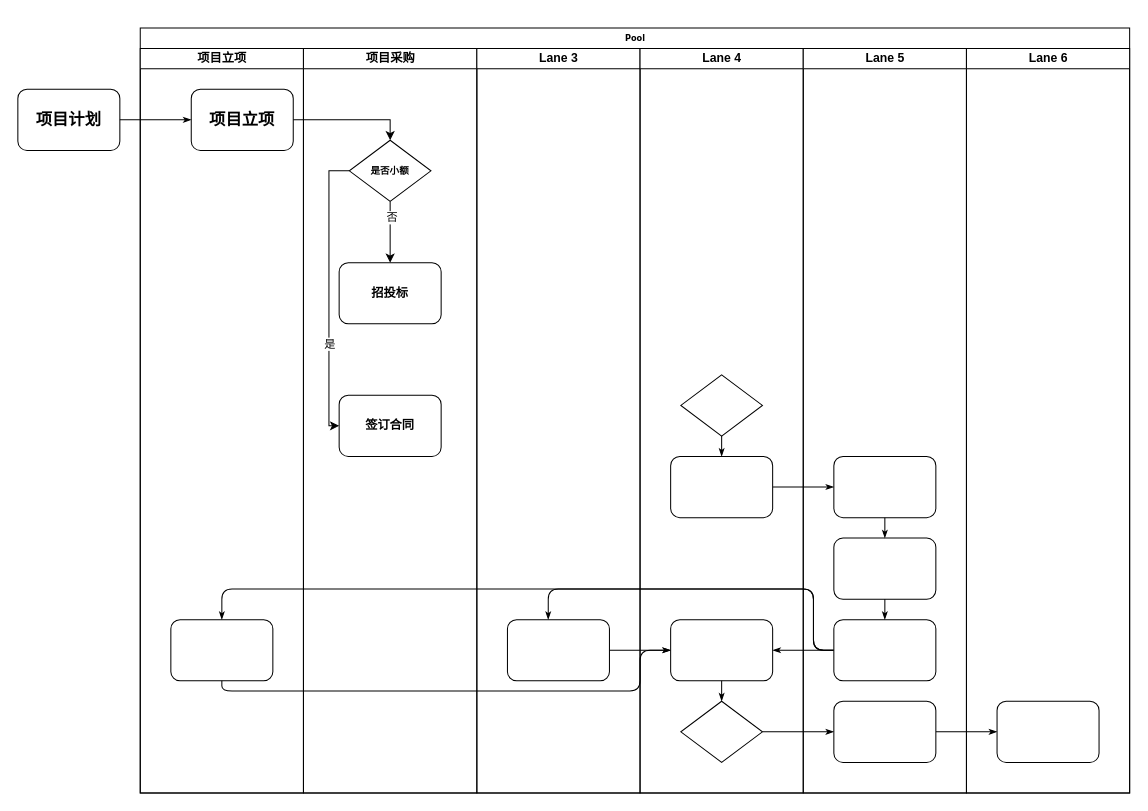
This is project-workflow.drawio from templklklk/draft, a draw.io file, before an edit. Source tidied: cells renumbered, new cells numbered last; positions are measured from the earlier drawing's top-left corner, leaving out a move shared by most shapes. Both pictures are drawn from the tidied source at 102%, with x=0, y=0 at pixel (17, 28).
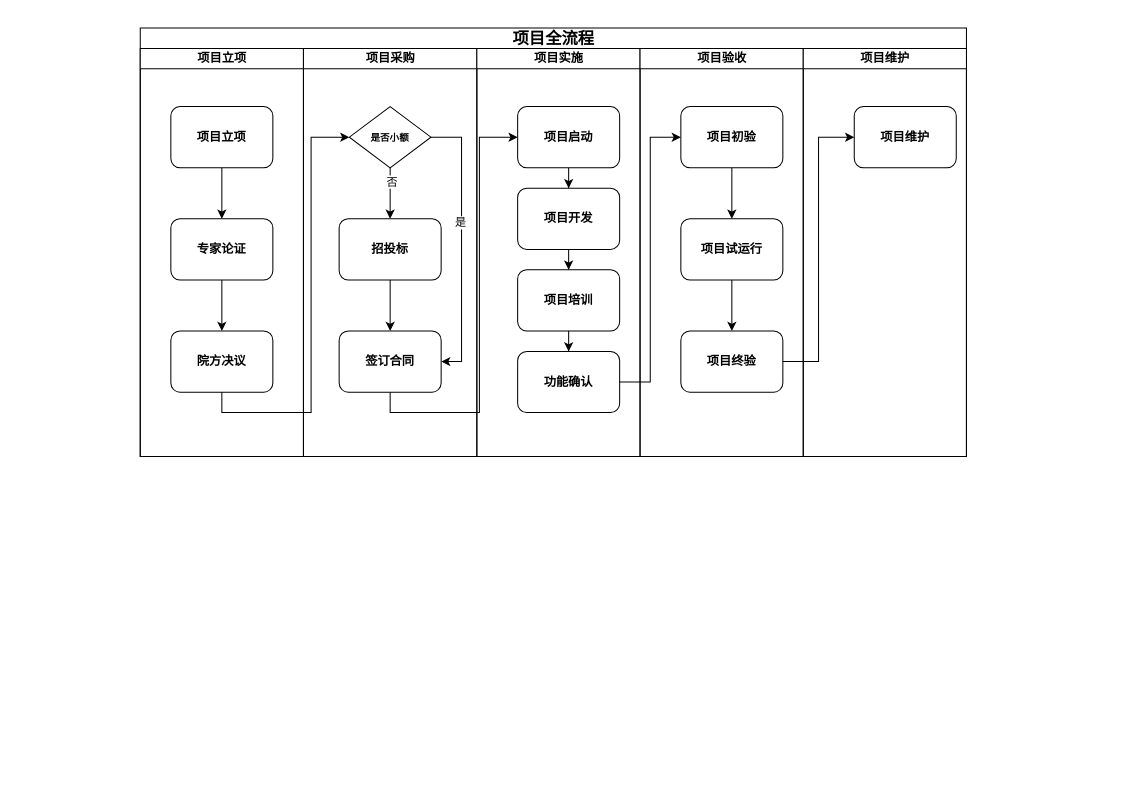
Above is the later version.

The edit, as a diff of the source:
```diff
@@
-    <mxCell id="2" value="Pool" style="swimlane;html=1;startSize=20;rounded=0;shadow=0;labelBackgroundColor=none;strokeWidth=1;fontFamily=Verdana;fontSize=8;align=center;" parent="1" vertex="1">
-      <mxGeometry x="120" width="970" height="750" as="geometry" />
+    <mxCell id="2" value="&lt;h1&gt;项目全流程&lt;/h1&gt;" style="swimlane;html=1;startSize=20;rounded=0;shadow=0;labelBackgroundColor=none;strokeWidth=1;fontFamily=Verdana;fontSize=8;align=center;" parent="1" vertex="1">
+      <mxGeometry x="120" width="810" height="420" as="geometry" />
     </mxCell>
     <mxCell id="3" value="项目立项" style="swimlane;html=1;startSize=20;" parent="2" vertex="1">
-      <mxGeometry y="20" width="160" height="730" as="geometry" />
+      <mxGeometry y="20" width="160" height="400" as="geometry" />
     </mxCell>
-    <mxCell id="4" style="rounded=1;whiteSpace=wrap;html=1;shadow=0;labelBackgroundColor=none;strokeWidth=1;fontFamily=Verdana;fontSize=8;align=center;" parent="3" vertex="1">
-      <mxGeometry x="30" y="560" width="100" height="60" as="geometry" />
-    </mxCell>
+    <mxCell id="43" style="edgeStyle=orthogonalEdgeStyle;rounded=0;jettySize=auto;html=1;" parent="3" edge="1" source="5" target="45">
+      <mxGeometry relative="1" as="geometry" />
+    </mxCell>
-    <mxCell id="5" value="&lt;h1&gt;项目立项&lt;/h1&gt;" style="rounded=1;whiteSpace=wrap;html=1;shadow=0;labelBackgroundColor=none;strokeWidth=1;fontFamily=Verdana;fontSize=8;align=center;" parent="3" vertex="1">
-      <mxGeometry x="50" y="40" width="100" height="60" as="geometry" />
+    <mxCell id="5" value="&lt;h2&gt;项目立项&lt;/h2&gt;" style="rounded=1;whiteSpace=wrap;html=1;shadow=0;labelBackgroundColor=none;strokeWidth=1;fontFamily=Verdana;fontSize=8;align=center;" parent="3" vertex="1">
+      <mxGeometry x="30" y="57" width="100" height="60" as="geometry" />
     </mxCell>
-    <mxCell id="6" style="edgeStyle=orthogonalEdgeStyle;rounded=1;html=1;labelBackgroundColor=none;startArrow=none;startFill=0;startSize=5;endArrow=classicThin;endFill=1;endSize=5;jettySize=auto;strokeWidth=1;fontFamily=Verdana;fontSize=8;" parent="2" edge="1" source="28" target="35">
-      <mxGeometry relative="1" as="geometry" />
-    </mxCell>
-    <mxCell id="7" style="edgeStyle=orthogonalEdgeStyle;rounded=1;html=1;labelBackgroundColor=none;startArrow=none;startFill=0;startSize=5;endArrow=classicThin;endFill=1;endSize=5;jettySize=auto;strokeWidth=1;fontFamily=Verdana;fontSize=8;" parent="2" edge="1" source="35" target="39">
-      <mxGeometry relative="1" as="geometry" />
-    </mxCell>
-    <mxCell id="8" style="edgeStyle=orthogonalEdgeStyle;rounded=1;html=1;labelBackgroundColor=none;startArrow=none;startFill=0;startSize=5;endArrow=classicThin;endFill=1;endSize=5;jettySize=auto;strokeWidth=1;fontFamily=Verdana;fontSize=8;" parent="2" edge="1" source="26" target="32">
-      <mxGeometry relative="1" as="geometry" />
-    </mxCell>
-    <mxCell id="9" style="edgeStyle=orthogonalEdgeStyle;rounded=1;html=1;labelBackgroundColor=none;startArrow=none;startFill=0;startSize=5;endArrow=classicThin;endFill=1;endSize=5;jettySize=auto;strokeWidth=1;fontFamily=Verdana;fontSize=8;" parent="2" edge="1" source="34" target="23">
-      <mxGeometry relative="1" as="geometry">
-        <Array as="points">
-          <mxPoint x="660" y="610" />
-          <mxPoint x="660" y="550" />
-          <mxPoint x="400" y="550" />
-        </Array>
-      </mxGeometry>
-    </mxCell>
-    <mxCell id="10" style="edgeStyle=orthogonalEdgeStyle;rounded=1;html=1;labelBackgroundColor=none;startArrow=none;startFill=0;startSize=5;endArrow=classicThin;endFill=1;endSize=5;jettySize=auto;strokeColor=#000000;strokeWidth=1;fontFamily=Verdana;fontSize=8;fontColor=#000000;" parent="2" edge="1" source="34" target="27">
-      <mxGeometry relative="1" as="geometry" />
-    </mxCell>
-    <mxCell id="11" style="edgeStyle=orthogonalEdgeStyle;rounded=1;html=1;labelBackgroundColor=none;startArrow=none;startFill=0;startSize=5;endArrow=classicThin;endFill=1;endSize=5;jettySize=auto;strokeWidth=1;fontFamily=Verdana;fontSize=8;" parent="2" edge="1" source="34" target="4">
-      <mxGeometry relative="1" as="geometry">
-        <Array as="points">
-          <mxPoint x="660" y="610" />
-          <mxPoint x="660" y="550" />
-          <mxPoint x="80" y="550" />
-        </Array>
-      </mxGeometry>
-    </mxCell>
-    <mxCell id="12" style="edgeStyle=orthogonalEdgeStyle;rounded=1;html=1;labelBackgroundColor=none;startArrow=none;startFill=0;startSize=5;endArrow=classicThin;endFill=1;endSize=5;jettySize=auto;strokeWidth=1;fontFamily=Verdana;fontSize=8;" parent="2" edge="1" source="4" target="27">
-      <mxGeometry relative="1" as="geometry">
-        <Array as="points">
-          <mxPoint x="80" y="650" />
-          <mxPoint x="490" y="650" />
-          <mxPoint x="490" y="610" />
-        </Array>
-      </mxGeometry>
-    </mxCell>
-    <mxCell id="13" style="edgeStyle=orthogonalEdgeStyle;rounded=1;html=1;labelBackgroundColor=none;startArrow=none;startFill=0;startSize=5;endArrow=classicThin;endFill=1;endSize=5;jettySize=auto;strokeWidth=1;fontFamily=Verdana;fontSize=8;" parent="2" edge="1" source="23" target="27">
-      <mxGeometry relative="1" as="geometry" />
-    </mxCell>
+    <mxCell id="44" style="edgeStyle=orthogonalEdgeStyle;rounded=0;jettySize=auto;html=1;" parent="3" edge="1" source="45" target="46">
+      <mxGeometry relative="1" as="geometry" />
+    </mxCell>
+    <mxCell id="45" value="&lt;h2&gt;专家论证&lt;/h2&gt;" style="rounded=1;whiteSpace=wrap;html=1;shadow=0;labelBackgroundColor=none;strokeWidth=1;fontFamily=Verdana;fontSize=8;align=center;" parent="3" vertex="1">
+      <mxGeometry x="30" y="167" width="100" height="60" as="geometry" />
+    </mxCell>
+    <mxCell id="46" value="&lt;h2&gt;院方决议&lt;/h2&gt;" style="rounded=1;whiteSpace=wrap;html=1;shadow=0;labelBackgroundColor=none;strokeWidth=1;fontFamily=Verdana;fontSize=8;align=center;" parent="3" vertex="1">
+      <mxGeometry x="30" y="277" width="100" height="60" as="geometry" />
+    </mxCell>
     <mxCell id="14" value="项目采购" style="swimlane;html=1;startSize=20;" parent="2" vertex="1">
-      <mxGeometry x="160" y="20" width="170" height="730" as="geometry" />
+      <mxGeometry x="160" y="20" width="170" height="400" as="geometry" />
     </mxCell>
@@
     <mxCell id="17" value="&lt;h3&gt;是否小额&lt;/h3&gt;" style="rhombus;whiteSpace=wrap;html=1;rounded=0;shadow=0;labelBackgroundColor=none;strokeWidth=1;fontFamily=Verdana;fontSize=8;align=center;" parent="14" vertex="1">
-      <mxGeometry x="45" y="90" width="80" height="60" as="geometry" />
+      <mxGeometry x="45" y="57" width="80" height="60" as="geometry" />
     </mxCell>
+    <mxCell id="47" style="edgeStyle=orthogonalEdgeStyle;rounded=0;jettySize=auto;html=1;" parent="14" edge="1" source="18" target="19">
+      <mxGeometry relative="1" as="geometry" />
+    </mxCell>
     <mxCell id="18" value="&lt;h2&gt;招投标&lt;/h2&gt;" style="rounded=1;whiteSpace=wrap;html=1;shadow=0;labelBackgroundColor=none;strokeWidth=1;fontFamily=Verdana;fontSize=8;align=center;" parent="14" vertex="1">
-      <mxGeometry x="35" y="210" width="100" height="60" as="geometry" />
+      <mxGeometry x="35" y="167" width="100" height="60" as="geometry" />
     </mxCell>
     <mxCell id="19" value="&lt;h2&gt;签订合同&lt;/h2&gt;" style="rounded=1;whiteSpace=wrap;html=1;shadow=0;labelBackgroundColor=none;strokeWidth=1;fontFamily=Verdana;fontSize=8;align=center;" parent="14" vertex="1">
-      <mxGeometry x="35" y="340" width="100" height="60" as="geometry" />
+      <mxGeometry x="35" y="277" width="100" height="60" as="geometry" />
     </mxCell>
-    <mxCell id="20" style="edgeStyle=orthogonalEdgeStyle;rounded=0;jettySize=auto;html=1;entryX=0;entryY=0.5;entryDx=0;entryDy=0;exitX=0;exitY=0.5;exitDx=0;exitDy=0;" parent="14" edge="1" source="17" target="19">
+    <mxCell id="20" style="edgeStyle=orthogonalEdgeStyle;rounded=0;jettySize=auto;html=1;entryX=1;entryY=0.5;entryDx=0;entryDy=0;exitX=1;exitY=0.5;exitDx=0;exitDy=0;" parent="14" edge="1" source="17" target="19">
       <mxGeometry relative="1" as="geometry" />
     </mxCell>
     <mxCell id="21" value="是" style="edgeLabel;html=1;align=center;verticalAlign=middle;" parent="20" vertex="1">
-      <mxGeometry x="0.35" relative="1" as="geometry" />
+      <mxGeometry x="-0.16" y="-2" relative="1" as="geometry" />
     </mxCell>
-    <mxCell id="22" value="Lane 3" style="swimlane;html=1;startSize=20;" parent="2" vertex="1">
-      <mxGeometry x="330" y="20" width="160" height="730" as="geometry" />
+    <mxCell id="22" value="项目实施" style="swimlane;html=1;startSize=20;" parent="2" vertex="1">
+      <mxGeometry x="330" y="20" width="160" height="400" as="geometry" />
     </mxCell>
-    <mxCell id="23" style="rounded=1;whiteSpace=wrap;html=1;shadow=0;labelBackgroundColor=none;strokeWidth=1;fontFamily=Verdana;fontSize=8;align=center;" parent="22" vertex="1">
-      <mxGeometry x="30" y="560" width="100" height="60" as="geometry" />
-    </mxCell>
+    <mxCell id="48" style="edgeStyle=orthogonalEdgeStyle;rounded=0;jettySize=auto;html=1;" parent="22" edge="1" source="49" target="52">
+      <mxGeometry relative="1" as="geometry" />
+    </mxCell>
+    <mxCell id="49" value="&lt;h2&gt;项目启动&lt;/h2&gt;" style="rounded=1;whiteSpace=wrap;html=1;shadow=0;labelBackgroundColor=none;strokeWidth=1;fontFamily=Verdana;fontSize=8;align=center;" parent="22" vertex="1">
+      <mxGeometry x="40" y="57" width="100" height="60" as="geometry" />
+    </mxCell>
+    <mxCell id="50" value="&lt;h2&gt;功能确认&lt;/h2&gt;" style="rounded=1;whiteSpace=wrap;html=1;shadow=0;labelBackgroundColor=none;strokeWidth=1;fontFamily=Verdana;fontSize=8;align=center;" parent="22" vertex="1">
+      <mxGeometry x="40" y="297" width="100" height="60" as="geometry" />
+    </mxCell>
+    <mxCell id="51" style="edgeStyle=orthogonalEdgeStyle;rounded=0;jettySize=auto;html=1;" parent="22" edge="1" source="52" target="54">
+      <mxGeometry relative="1" as="geometry" />
+    </mxCell>
+    <mxCell id="52" value="&lt;h2&gt;项目开发&lt;/h2&gt;" style="rounded=1;whiteSpace=wrap;html=1;shadow=0;labelBackgroundColor=none;strokeWidth=1;fontFamily=Verdana;fontSize=8;align=center;" parent="22" vertex="1">
+      <mxGeometry x="40" y="137" width="100" height="60" as="geometry" />
+    </mxCell>
+    <mxCell id="53" style="edgeStyle=orthogonalEdgeStyle;rounded=0;jettySize=auto;html=1;" parent="22" edge="1" source="54" target="50">
+      <mxGeometry relative="1" as="geometry" />
+    </mxCell>
+    <mxCell id="54" value="&lt;h2&gt;项目培训&lt;/h2&gt;" style="rounded=1;whiteSpace=wrap;html=1;shadow=0;labelBackgroundColor=none;strokeWidth=1;fontFamily=Verdana;fontSize=8;align=center;" parent="22" vertex="1">
+      <mxGeometry x="40" y="217" width="100" height="60" as="geometry" />
+    </mxCell>
-    <mxCell id="24" value="Lane 4" style="swimlane;html=1;startSize=20;" parent="2" vertex="1">
-      <mxGeometry x="490" y="20" width="160" height="730" as="geometry" />
+    <mxCell id="24" value="项目验收" style="swimlane;html=1;startSize=20;" parent="2" vertex="1">
+      <mxGeometry x="490" y="20" width="160" height="400" as="geometry" />
     </mxCell>
-    <mxCell id="25" style="rhombus;whiteSpace=wrap;html=1;rounded=0;shadow=0;labelBackgroundColor=none;strokeWidth=1;fontFamily=Verdana;fontSize=8;align=center;" parent="24" vertex="1">
-      <mxGeometry x="40" y="320" width="80" height="60" as="geometry" />
-    </mxCell>
-    <mxCell id="26" style="rounded=1;whiteSpace=wrap;html=1;shadow=0;labelBackgroundColor=none;strokeWidth=1;fontFamily=Verdana;fontSize=8;align=center;" parent="24" vertex="1">
-      <mxGeometry x="30" y="400" width="100" height="60" as="geometry" />
-    </mxCell>
-    <mxCell id="27" style="rounded=1;whiteSpace=wrap;html=1;shadow=0;labelBackgroundColor=none;strokeWidth=1;fontFamily=Verdana;fontSize=8;align=center;" parent="24" vertex="1">
-      <mxGeometry x="30" y="560" width="100" height="60" as="geometry" />
-    </mxCell>
-    <mxCell id="28" style="rhombus;whiteSpace=wrap;html=1;rounded=0;shadow=0;labelBackgroundColor=none;strokeWidth=1;fontFamily=Verdana;fontSize=8;align=center;" parent="24" vertex="1">
-      <mxGeometry x="40" y="640" width="80" height="60" as="geometry" />
-    </mxCell>
-    <mxCell id="29" style="edgeStyle=orthogonalEdgeStyle;rounded=1;html=1;labelBackgroundColor=none;startArrow=none;startFill=0;startSize=5;endArrow=classicThin;endFill=1;endSize=5;jettySize=auto;strokeWidth=1;fontFamily=Verdana;fontSize=8;" parent="24" edge="1" source="25" target="26">
-      <mxGeometry relative="1" as="geometry" />
+    <mxCell id="29" style="edgeStyle=orthogonalEdgeStyle;rounded=1;html=1;labelBackgroundColor=none;startArrow=none;startFill=0;startSize=5;endArrow=classicThin;endFill=1;endSize=5;jettySize=auto;orthogonalLoop=1;strokeWidth=1;fontFamily=Verdana;fontSize=8;" parent="24" edge="1">
+      <mxGeometry relative="1" as="geometry">
+        <mxPoint x="80" y="380" as="sourcePoint" />
+      </mxGeometry>
     </mxCell>
-    <mxCell id="30" style="edgeStyle=orthogonalEdgeStyle;rounded=1;html=1;labelBackgroundColor=none;startArrow=none;startFill=0;startSize=5;endArrow=classicThin;endFill=1;endSize=5;jettySize=auto;strokeWidth=1;fontFamily=Verdana;fontSize=8;" parent="24" edge="1" source="27" target="28">
-      <mxGeometry relative="1" as="geometry" />
-    </mxCell>
+    <mxCell id="55" style="edgeStyle=orthogonalEdgeStyle;rounded=0;jettySize=auto;html=1;" parent="24" edge="1" source="56" target="58">
+      <mxGeometry relative="1" as="geometry" />
+    </mxCell>
+    <mxCell id="56" value="&lt;h2&gt;项目初验&lt;/h2&gt;" style="rounded=1;whiteSpace=wrap;html=1;shadow=0;labelBackgroundColor=none;strokeWidth=1;fontFamily=Verdana;fontSize=8;align=center;" parent="24" vertex="1">
+      <mxGeometry x="40" y="57" width="100" height="60" as="geometry" />
+    </mxCell>
+    <mxCell id="57" style="edgeStyle=orthogonalEdgeStyle;rounded=0;jettySize=auto;html=1;" parent="24" edge="1" source="58" target="59">
+      <mxGeometry relative="1" as="geometry" />
+    </mxCell>
+    <mxCell id="58" value="&lt;h2&gt;项目试运行&lt;/h2&gt;" style="rounded=1;whiteSpace=wrap;html=1;shadow=0;labelBackgroundColor=none;strokeWidth=1;fontFamily=Verdana;fontSize=8;align=center;" parent="24" vertex="1">
+      <mxGeometry x="40" y="167" width="100" height="60" as="geometry" />
+    </mxCell>
+    <mxCell id="59" value="&lt;h2&gt;项目终验&lt;/h2&gt;" style="rounded=1;whiteSpace=wrap;html=1;shadow=0;labelBackgroundColor=none;strokeWidth=1;fontFamily=Verdana;fontSize=8;align=center;" parent="24" vertex="1">
+      <mxGeometry x="40" y="277" width="100" height="60" as="geometry" />
+    </mxCell>
-    <mxCell id="31" value="Lane 5" style="swimlane;html=1;startSize=20;" parent="2" vertex="1">
-      <mxGeometry x="650" y="20" width="160" height="730" as="geometry" />
+    <mxCell id="31" value="项目维护" style="swimlane;html=1;startSize=20;" parent="2" vertex="1">
+      <mxGeometry x="650" y="20" width="160" height="400" as="geometry" />
     </mxCell>
-    <mxCell id="32" style="rounded=1;whiteSpace=wrap;html=1;shadow=0;labelBackgroundColor=none;strokeWidth=1;fontFamily=Verdana;fontSize=8;align=center;" parent="31" vertex="1">
-      <mxGeometry x="30" y="400" width="100" height="60" as="geometry" />
-    </mxCell>
-    <mxCell id="33" style="rounded=1;whiteSpace=wrap;html=1;shadow=0;labelBackgroundColor=none;strokeWidth=1;fontFamily=Verdana;fontSize=8;align=center;" parent="31" vertex="1">
-      <mxGeometry x="30" y="480" width="100" height="60" as="geometry" />
-    </mxCell>
-    <mxCell id="34" style="rounded=1;whiteSpace=wrap;html=1;shadow=0;labelBackgroundColor=none;strokeWidth=1;fontFamily=Verdana;fontSize=8;align=center;" parent="31" vertex="1">
-      <mxGeometry x="30" y="560" width="100" height="60" as="geometry" />
-    </mxCell>
-    <mxCell id="35" style="rounded=1;whiteSpace=wrap;html=1;shadow=0;labelBackgroundColor=none;strokeWidth=1;fontFamily=Verdana;fontSize=8;align=center;" parent="31" vertex="1">
-      <mxGeometry x="30" y="640" width="100" height="60" as="geometry" />
-    </mxCell>
-    <mxCell id="36" style="edgeStyle=orthogonalEdgeStyle;rounded=1;html=1;labelBackgroundColor=none;startArrow=none;startFill=0;startSize=5;endArrow=classicThin;endFill=1;endSize=5;jettySize=auto;strokeWidth=1;fontFamily=Verdana;fontSize=8;" parent="31" edge="1" source="32" target="33">
-      <mxGeometry relative="1" as="geometry" />
+    <mxCell id="36" style="edgeStyle=orthogonalEdgeStyle;rounded=1;html=1;labelBackgroundColor=none;startArrow=none;startFill=0;startSize=5;endArrow=classicThin;endFill=1;endSize=5;jettySize=auto;orthogonalLoop=1;strokeWidth=1;fontFamily=Verdana;fontSize=8;" parent="31" edge="1">
+      <mxGeometry relative="1" as="geometry">
+        <mxPoint x="80" y="460" as="sourcePoint" />
+      </mxGeometry>
     </mxCell>
-    <mxCell id="37" style="edgeStyle=orthogonalEdgeStyle;rounded=1;html=1;labelBackgroundColor=none;startArrow=none;startFill=0;startSize=5;endArrow=classicThin;endFill=1;endSize=5;jettySize=auto;strokeWidth=1;fontFamily=Verdana;fontSize=8;" parent="31" edge="1" source="33" target="34">
-      <mxGeometry relative="1" as="geometry" />
-    </mxCell>
-    <mxCell id="38" value="Lane 6" style="swimlane;html=1;startSize=20;" parent="2" vertex="1">
-      <mxGeometry x="810" y="20" width="160" height="730" as="geometry" />
-    </mxCell>
-    <mxCell id="39" style="rounded=1;whiteSpace=wrap;html=1;shadow=0;labelBackgroundColor=none;strokeWidth=1;fontFamily=Verdana;fontSize=8;align=center;" parent="38" vertex="1">
-      <mxGeometry x="30" y="640" width="100" height="60" as="geometry" />
-    </mxCell>
+    <mxCell id="60" value="&lt;h2&gt;项目维护&lt;/h2&gt;" style="rounded=1;whiteSpace=wrap;html=1;shadow=0;labelBackgroundColor=none;strokeWidth=1;fontFamily=Verdana;fontSize=8;align=center;" parent="31" vertex="1">
+      <mxGeometry x="50" y="57" width="100" height="60" as="geometry" />
+    </mxCell>
-    <mxCell id="40" style="edgeStyle=orthogonalEdgeStyle;rounded=0;jettySize=auto;html=1;entryX=0.5;entryY=0;entryDx=0;entryDy=0;" parent="2" edge="1" source="5" target="17">
+    <mxCell id="40" style="edgeStyle=orthogonalEdgeStyle;rounded=0;jettySize=auto;html=1;entryX=0;entryY=0.5;entryDx=0;entryDy=0;exitX=0.5;exitY=1;exitDx=0;exitDy=0;" parent="2" edge="1" source="46" target="17">
       <mxGeometry relative="1" as="geometry" />
     </mxCell>
-    <mxCell id="41" value="&lt;h1&gt;项目计划&lt;/h1&gt;" style="rounded=1;whiteSpace=wrap;html=1;shadow=0;labelBackgroundColor=none;strokeWidth=1;fontFamily=Verdana;fontSize=8;align=center;" parent="1" vertex="1">
-      <mxGeometry y="60" width="100" height="60" as="geometry" />
-    </mxCell>
-    <mxCell id="42" style="edgeStyle=orthogonalEdgeStyle;rounded=1;html=1;labelBackgroundColor=none;startArrow=none;startFill=0;startSize=5;endArrow=classicThin;endFill=1;endSize=5;jettySize=auto;strokeWidth=1;fontFamily=Verdana;fontSize=8;" parent="1" edge="1" source="41" target="5">
-      <mxGeometry relative="1" as="geometry" />
-    </mxCell>
+    <mxCell id="61" style="edgeStyle=orthogonalEdgeStyle;rounded=0;jettySize=auto;html=1;entryX=0;entryY=0.5;entryDx=0;entryDy=0;exitX=0.5;exitY=1;exitDx=0;exitDy=0;" parent="2" edge="1" source="19" target="49">
+      <mxGeometry relative="1" as="geometry" />
+    </mxCell>
+    <mxCell id="62" style="edgeStyle=orthogonalEdgeStyle;rounded=0;jettySize=auto;html=1;entryX=0;entryY=0.5;entryDx=0;entryDy=0;" parent="2" edge="1" source="50" target="56">
+      <mxGeometry relative="1" as="geometry" />
+    </mxCell>
+    <mxCell id="63" style="edgeStyle=orthogonalEdgeStyle;rounded=0;jettySize=auto;html=1;entryX=0;entryY=0.5;entryDx=0;entryDy=0;" parent="2" edge="1" source="59" target="60">
+      <mxGeometry relative="1" as="geometry" />
+    </mxCell>
```
